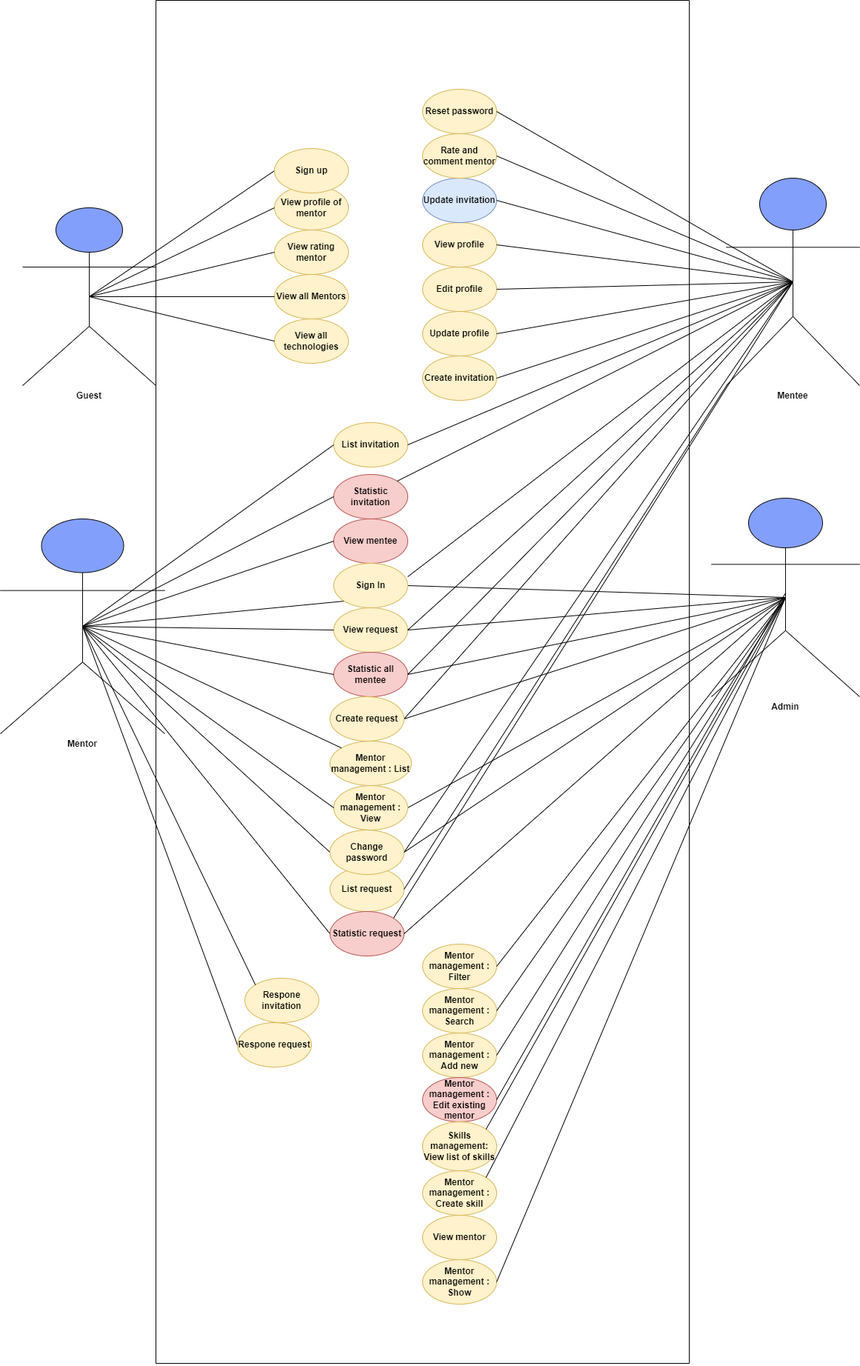
dungdt23/SWP391_Document keeps this draw.io diagram as UML.drawio.png. Above is the earlier version. Source tidied: cells renumbered, new cells last; positions are measured from the earlier drawing's top-left corner, leaving out a move shared by most shapes.
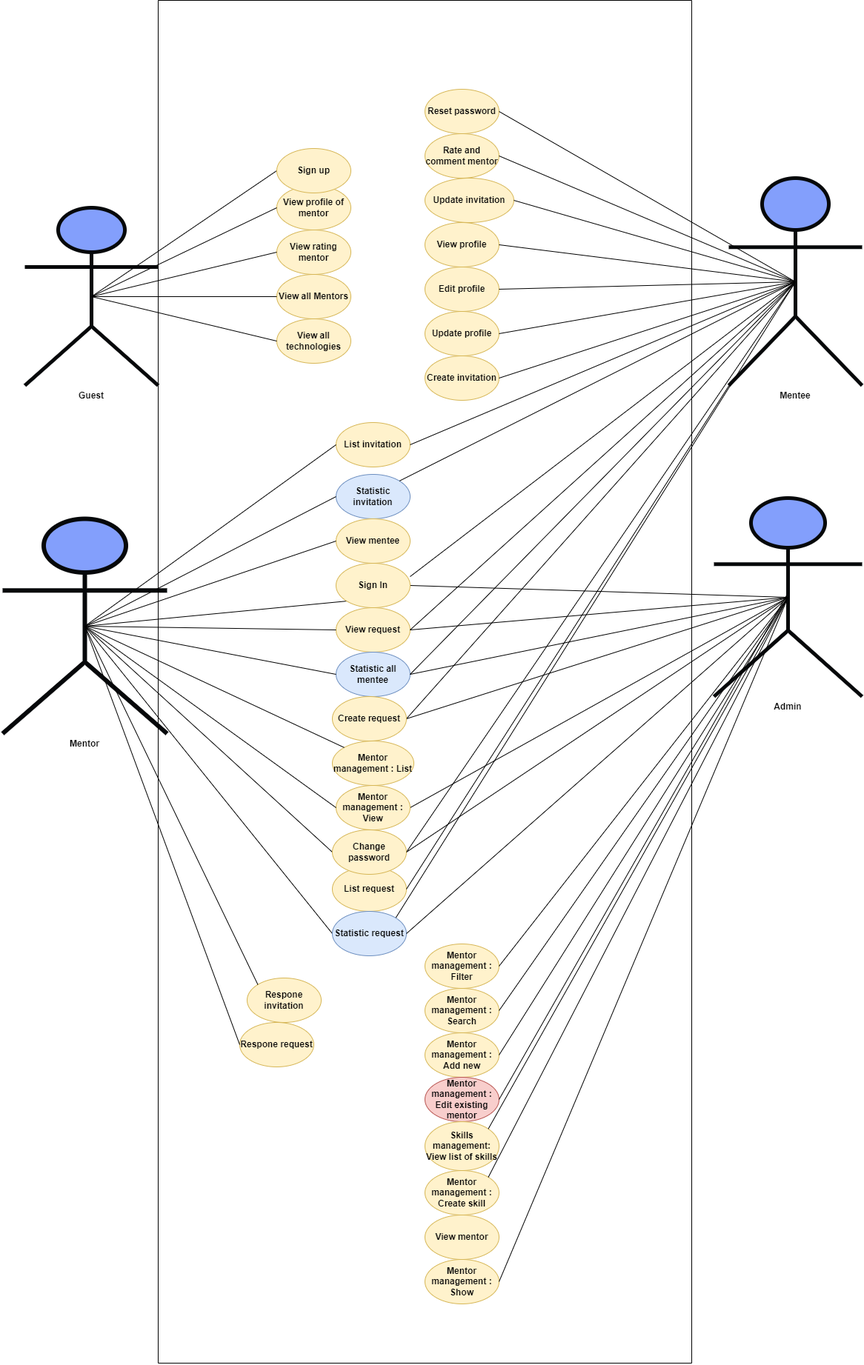
The same diagram one commit later.

Change to the diagram source:
```diff
@@ -2,7 +2,7 @@
   <root>
     <mxCell id="0" />
     <mxCell id="1" parent="0" />
-    <mxCell id="2" value="Guest&#10;" style="shape=umlActor;verticalLabelPosition=bottom;verticalAlign=top;outlineConnect=0;fontStyle=1;fillColor=#839FFC;strokeColor=#06080A;" parent="1" vertex="1">
+    <mxCell id="2" value="Guest&#10;" style="shape=umlActor;verticalLabelPosition=bottom;verticalAlign=top;outlineConnect=0;fontStyle=1;fillColor=#839FFC;strokeColor=#06080A;strokeWidth=5;" parent="1" vertex="1">
       <mxGeometry x="30" y="280" width="180" height="240" as="geometry" />
     </mxCell>
     <mxCell id="3" value="View profile of mentor" style="ellipse;whiteSpace=wrap;html=1;fillColor=#fff2cc;strokeColor=#d6b656;fontStyle=1;" parent="1" vertex="1">
@@ -32,7 +32,7 @@
     <mxCell id="11" style="endArrow=none;html=1;rounded=0;entryX=0;entryY=0.5;entryDx=0;entryDy=0;exitX=0.5;exitY=0.5;exitDx=0;exitDy=0;exitPerimeter=0;" parent="1" edge="1" source="2" target="70">
       <mxGeometry relative="1" as="geometry" />
     </mxCell>
-    <mxCell id="12" value="Mentee" style="shape=umlActor;verticalLabelPosition=bottom;verticalAlign=top;outlineConnect=0;fontStyle=1;fillColor=#839FFC;strokeColor=#06080A;" parent="1" vertex="1">
+    <mxCell id="12" value="Mentee" style="shape=umlActor;verticalLabelPosition=bottom;verticalAlign=top;outlineConnect=0;fontStyle=1;fillColor=#839FFC;strokeColor=#06080A;strokeWidth=5;" parent="1" vertex="1">
       <mxGeometry x="980" y="240" width="180" height="280" as="geometry" />
     </mxCell>
     <mxCell id="13" value="Edit profile" style="ellipse;whiteSpace=wrap;html=1;fillColor=#fff2cc;strokeColor=#d6b656;fontStyle=1;" parent="1" vertex="1">
@@ -62,14 +62,14 @@
     <mxCell id="21" style="endArrow=none;html=1;rounded=0;exitX=1;exitY=0.5;exitDx=0;exitDy=0;entryX=0.5;entryY=0.5;entryDx=0;entryDy=0;entryPerimeter=0;" parent="1" edge="1" source="14" target="12">
       <mxGeometry relative="1" as="geometry" />
     </mxCell>
-    <mxCell id="22" value="Statistic invitation" style="ellipse;whiteSpace=wrap;html=1;fillColor=#f8cecc;strokeColor=#b85450;fontStyle=1;" parent="1" vertex="1">
+    <mxCell id="22" value="Statistic invitation" style="ellipse;whiteSpace=wrap;html=1;fillColor=#dae8fc;strokeColor=#6c8ebf;fontStyle=1;" parent="1" vertex="1">
       <mxGeometry x="450" y="640" width="100" height="60" as="geometry" />
     </mxCell>
     <mxCell id="23" value="List invitation" style="ellipse;whiteSpace=wrap;html=1;fillColor=#fff2cc;strokeColor=#d6b656;fontStyle=1;" parent="1" vertex="1">
       <mxGeometry x="450" y="570" width="100" height="60" as="geometry" />
     </mxCell>
-    <mxCell id="24" value="Update invitation" style="ellipse;whiteSpace=wrap;html=1;fillColor=#dae8fc;strokeColor=#6c8ebf;fontStyle=1;" parent="1" vertex="1">
-      <mxGeometry x="570" y="240" width="100" height="60" as="geometry" />
+    <mxCell id="24" value="Update invitation" style="ellipse;whiteSpace=wrap;html=1;fillColor=#fff2cc;strokeColor=#d6b656;fontStyle=1;" parent="1" vertex="1">
+      <mxGeometry x="570" y="240" width="120" height="60" as="geometry" />
     </mxCell>
     <mxCell id="25" value="List request" style="ellipse;whiteSpace=wrap;html=1;fillColor=#fff2cc;strokeColor=#d6b656;fontStyle=1;" parent="1" vertex="1">
       <mxGeometry x="445" y="1170" width="100" height="60" as="geometry" />
@@ -107,7 +107,7 @@
     <mxCell id="36" style="endArrow=none;html=1;rounded=0;exitX=1;exitY=0.5;exitDx=0;exitDy=0;entryX=0.5;entryY=0.5;entryDx=0;entryDy=0;entryPerimeter=0;" parent="1" edge="1" source="27" target="12">
       <mxGeometry relative="1" as="geometry" />
     </mxCell>
-    <mxCell id="37" value="Mentor&#10;" style="shape=umlActor;verticalLabelPosition=bottom;verticalAlign=top;outlineConnect=0;fontStyle=1;fillColor=#839FFC;strokeColor=#06080A;" parent="1" vertex="1">
+    <mxCell id="37" value="Mentor&#10;" style="shape=umlActor;verticalLabelPosition=bottom;verticalAlign=top;outlineConnect=0;fontStyle=1;fillColor=#839FFC;strokeColor=#06080A;strokeWidth=6;" parent="1" vertex="1">
       <mxGeometry y="700" width="222" height="290" as="geometry" />
     </mxCell>
     <mxCell id="38" style="endArrow=none;html=1;rounded=0;exitX=0.5;exitY=0.5;exitDx=0;exitDy=0;entryX=0;entryY=1;entryDx=0;entryDy=0;exitPerimeter=0;" parent="1" edge="1" source="37" target="69">
@@ -134,7 +134,7 @@
     <mxCell id="45" style="endArrow=none;html=1;rounded=0;exitX=0.5;exitY=0.5;exitDx=0;exitDy=0;entryX=0;entryY=0.5;entryDx=0;entryDy=0;exitPerimeter=0;" parent="1" edge="1" source="37" target="43">
       <mxGeometry relative="1" as="geometry" />
     </mxCell>
-    <mxCell id="46" value="Admin" style="shape=umlActor;verticalLabelPosition=bottom;verticalAlign=top;outlineConnect=0;fontStyle=1;fillColor=#839FFC;strokeColor=#06080A;" parent="1" vertex="1">
+    <mxCell id="46" value="Admin" style="shape=umlActor;verticalLabelPosition=bottom;verticalAlign=top;outlineConnect=0;fontStyle=1;fillColor=#839FFC;strokeColor=#06080A;strokeWidth=5;" parent="1" vertex="1">
       <mxGeometry x="960" y="672" width="200" height="268" as="geometry" />
     </mxCell>
     <mxCell id="47" style="endArrow=none;html=1;rounded=0;exitX=1;exitY=0.5;exitDx=0;exitDy=0;entryX=0.5;entryY=0.5;entryDx=0;entryDy=0;entryPerimeter=0;" parent="1" edge="1" source="69" target="46">
@@ -187,13 +187,13 @@
     <mxCell id="62" style="endArrow=none;html=1;rounded=0;entryX=1;entryY=0;entryDx=0;entryDy=0;exitX=0.5;exitY=0.5;exitDx=0;exitDy=0;exitPerimeter=0;" parent="1" edge="1" source="46" target="55">
       <mxGeometry relative="1" as="geometry" />
     </mxCell>
-    <mxCell id="63" value="View mentee" style="ellipse;whiteSpace=wrap;html=1;fillColor=#f8cecc;strokeColor=#b85450;fontStyle=1;" parent="1" vertex="1">
+    <mxCell id="63" value="View mentee" style="ellipse;whiteSpace=wrap;html=1;fillColor=#fff2cc;strokeColor=#d6b656;fontStyle=1;" parent="1" vertex="1">
       <mxGeometry x="450" y="700" width="100" height="60" as="geometry" />
     </mxCell>
     <mxCell id="64" style="endArrow=none;html=1;rounded=0;exitX=0.5;exitY=0.5;exitDx=0;exitDy=0;entryX=0;entryY=0.5;entryDx=0;entryDy=0;exitPerimeter=0;" parent="1" edge="1" source="37" target="63">
       <mxGeometry relative="1" as="geometry" />
     </mxCell>
-    <mxCell id="65" value="Statistic all mentee" style="ellipse;whiteSpace=wrap;html=1;fillColor=#f8cecc;strokeColor=#b85450;fontStyle=1;" parent="1" vertex="1">
+    <mxCell id="65" value="Statistic all mentee" style="ellipse;whiteSpace=wrap;html=1;fillColor=#dae8fc;strokeColor=#6c8ebf;fontStyle=1;" parent="1" vertex="1">
       <mxGeometry x="450" y="880" width="100" height="60" as="geometry" />
     </mxCell>
     <mxCell id="66" style="endArrow=none;html=1;rounded=0;exitX=0.5;exitY=0.5;exitDx=0;exitDy=0;entryX=0;entryY=0.5;entryDx=0;entryDy=0;exitPerimeter=0;" parent="1" edge="1" source="37" target="65">
@@ -223,7 +223,7 @@
     <mxCell id="74" value="Create request" style="ellipse;whiteSpace=wrap;html=1;fillColor=#fff2cc;strokeColor=#d6b656;fontStyle=1;" parent="1" vertex="1">
       <mxGeometry x="445" y="940" width="100" height="60" as="geometry" />
     </mxCell>
-    <mxCell id="75" value="Statistic request" style="ellipse;whiteSpace=wrap;html=1;fillColor=#f8cecc;strokeColor=#b85450;fontStyle=1;" parent="1" vertex="1">
+    <mxCell id="75" value="Statistic request" style="ellipse;whiteSpace=wrap;html=1;fillColor=#dae8fc;strokeColor=#6c8ebf;fontStyle=1;" parent="1" vertex="1">
       <mxGeometry x="445" y="1230" width="100" height="60" as="geometry" />
     </mxCell>
     <mxCell id="76" style="endArrow=none;html=1;rounded=0;exitX=0.5;exitY=0.5;exitDx=0;exitDy=0;exitPerimeter=0;entryX=1;entryY=0.5;entryDx=0;entryDy=0;" parent="1" edge="1" source="46" target="75">
```
